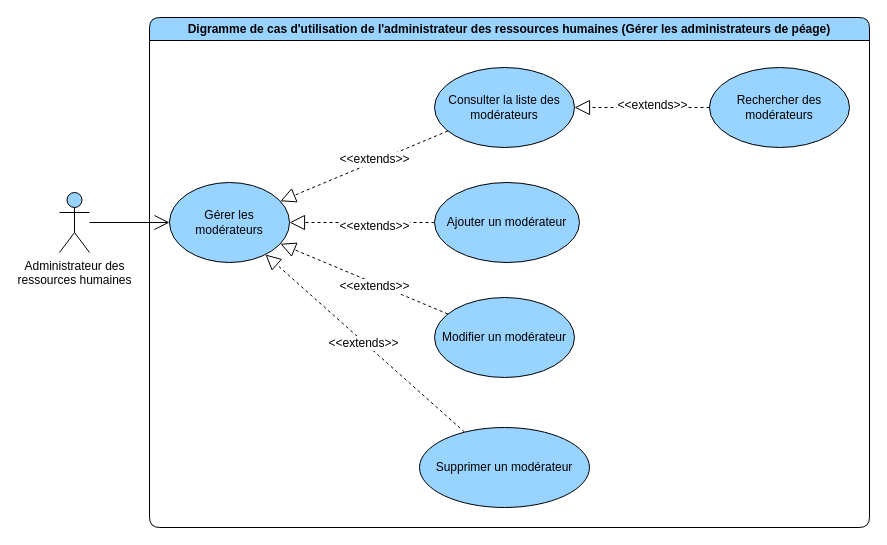
This is page "Gerer les moderateurs" (5 of 5) of diagrams/use-case/administrateur-des-ressources-humaines.drawio from devlotfi/peage-pay, a draw.io file, before an edit. Source tidied: cells renumbered, new cells numbered last; positions are measured from the earlier drawing's top-left corner, leaving out a move shared by most shapes. Both pictures are drawn from the tidied source at 100%, with x=0, y=0 at pixel (59, 17).
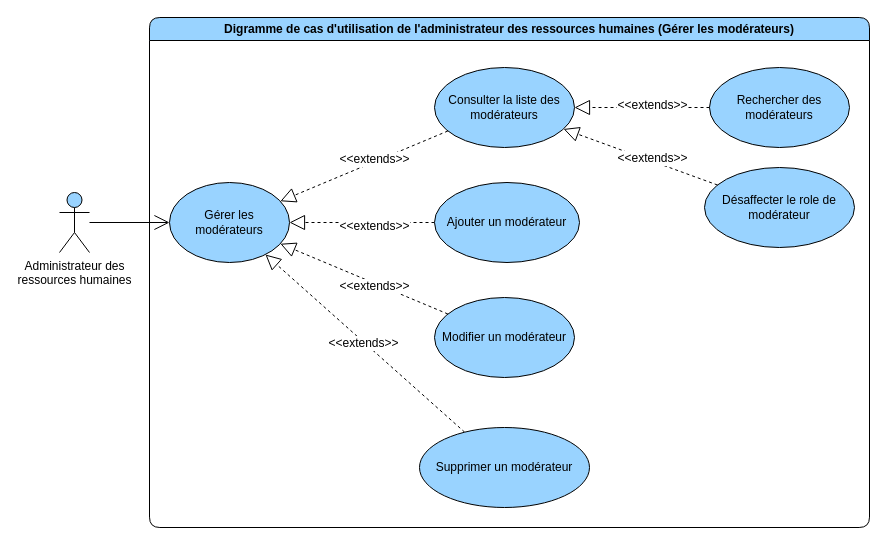
Above is the later version.

Unchanged cells that the change refers to:
```xml
<mxCell id="15" value="Consulter la liste des modérateurs" style="ellipse;whiteSpace=wrap;html=1;strokeColor=default;align=center;verticalAlign=middle;fontFamily=Helvetica;fontSize=12;fontColor=default;fillColor=#99D3FF;" parent="2" vertex="1">
  <mxGeometry x="285" y="50" width="140" height="80" as="geometry" />
</mxCell>
```

Change to the diagram source:
```diff
@@
-    <mxCell id="2" value="Digramme de cas d'utilisation de l'administrateur des ressources humaines (Gérer les administrateurs de péage)" style="swimlane;whiteSpace=wrap;html=1;rounded=1;fillColor=#99D3FF;" parent="1" vertex="1">
+    <mxCell id="2" value="Digramme de cas d'utilisation de l'administrateur des ressources humaines (Gérer les modérateurs)" style="swimlane;whiteSpace=wrap;html=1;rounded=1;fillColor=#99D3FF;" parent="1" vertex="1">
       <mxGeometry x="90" width="720" height="510" as="geometry" />
     </mxCell>
@@
+    <mxCell id="21" value="Désaffecter le role de modérateur" style="ellipse;whiteSpace=wrap;html=1;strokeColor=default;align=center;verticalAlign=middle;fontFamily=Helvetica;fontSize=12;fontColor=default;fillColor=#99D3FF;" parent="2" vertex="1">
+      <mxGeometry x="555" y="150" width="150" height="80" as="geometry" />
+    </mxCell>
+    <mxCell id="22" style="edgeStyle=none;rounded=0;jettySize=auto;html=1;dashed=1;strokeColor=default;align=center;verticalAlign=middle;fontFamily=Helvetica;fontSize=12;fontColor=default;labelBackgroundColor=default;startSize=6;endArrow=block;endFill=0;endSize=13;" parent="2" edge="1" source="21" target="15">
+      <mxGeometry relative="1" as="geometry" />
+    </mxCell>
+    <mxCell id="23" value="&amp;lt;&amp;lt;extends&amp;gt;&amp;gt;" style="edgeLabel;html=1;align=center;verticalAlign=middle;strokeColor=default;fontFamily=Helvetica;fontSize=12;fontColor=default;labelBackgroundColor=default;fillColor=#99D3FF;" parent="22" vertex="1">
+      <mxGeometry x="-0.12" y="-3" relative="1" as="geometry">
+        <mxPoint x="1" as="offset" />
+      </mxGeometry>
+    </mxCell>
```
